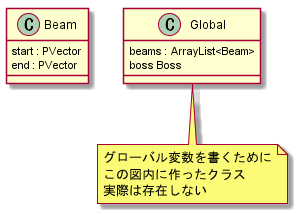
Earlier version of the PlantUML export docs/Beamクラス図/Beamクラス図.png (pumpcrin/Avoid).
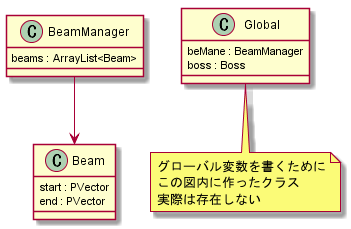
The same file after the commit.

Commit message:
Beamのクラス図にBeamManagerなどを追加

The edit, as a diff of the source:
```diff
@@ -1,4 +1,7 @@
 @startuml
+class BeamManager{
+    beams : ArrayList<Beam>
+}
 
 class Beam{
     start : PVector
@@ -6,8 +9,8 @@
 }
 
 class Global{
-    beams : ArrayList<Beam>
-    boss Boss
+    beMane : BeamManager
+    boss : Boss
 }
 note bottom
 グローバル変数を書くために
@@ -15,5 +18,6 @@
 実際は存在しない
 end note
 
+BeamManager --> Beam
 
 @enduml
```
